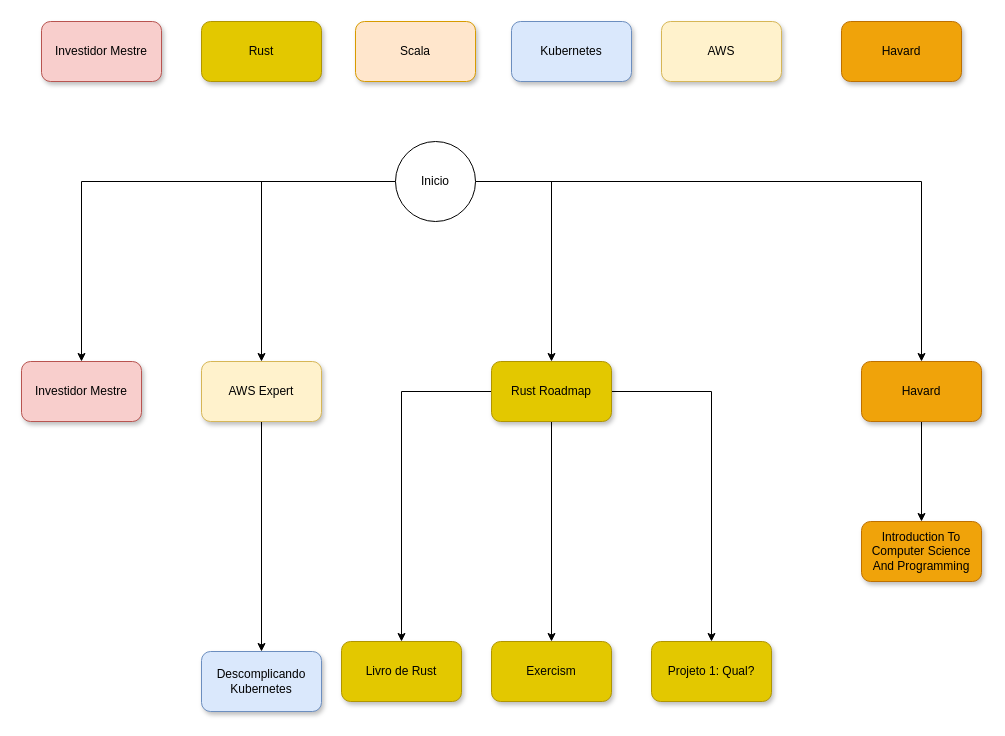
Earlier version of the draw.io diagram diagrama_estudos_2023_12.drawio (ivtavares/learning_roadmap). Source tidied: cells renumbered, new cells numbered last; positions are measured from the earlier drawing's top-left corner, leaving out a move shared by most shapes. Both pictures are drawn from the tidied source at 100%, with x=0, y=0 at pixel (21, 21).
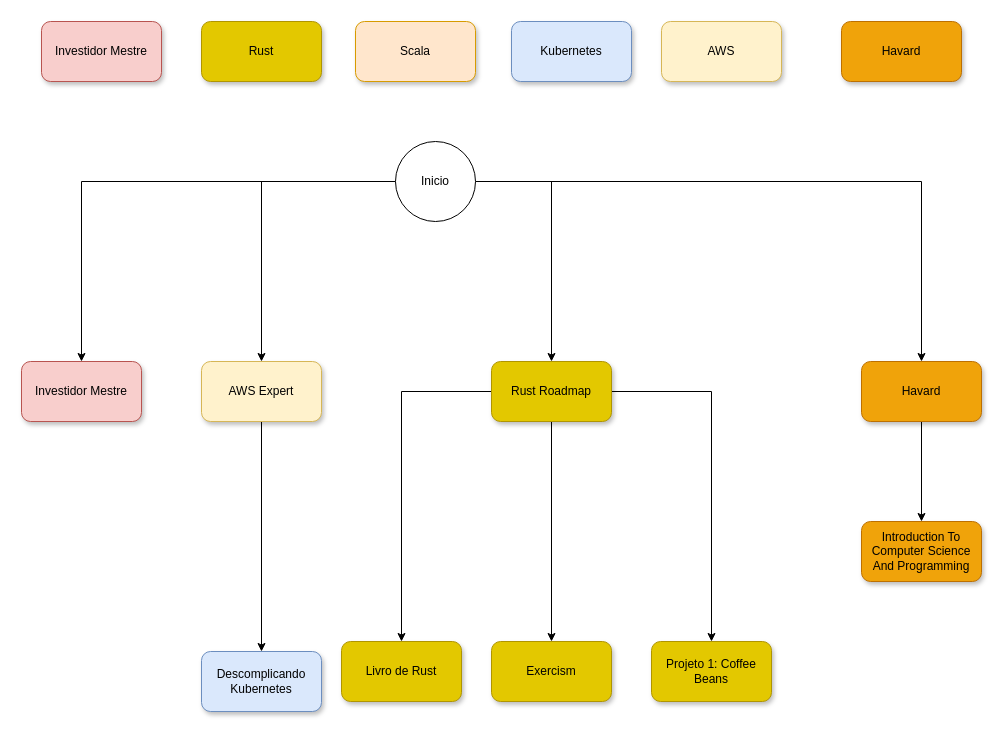
After the change.

The edit, as a diff of the source:
```diff
@@
-    <mxCell id="22" value="Projeto 1: Qual?" style="rounded=1;whiteSpace=wrap;html=1;fillColor=#e3c800;strokeColor=#B09500;shadow=1;fontColor=#000000;" parent="1" vertex="1">
+    <mxCell id="22" value="Projeto 1: Coffee Beans" style="rounded=1;whiteSpace=wrap;html=1;fillColor=#e3c800;strokeColor=#B09500;shadow=1;fontColor=#000000;" parent="1" vertex="1">
       <mxGeometry x="630" y="620" width="120" height="60" as="geometry" />
     </mxCell>
```
